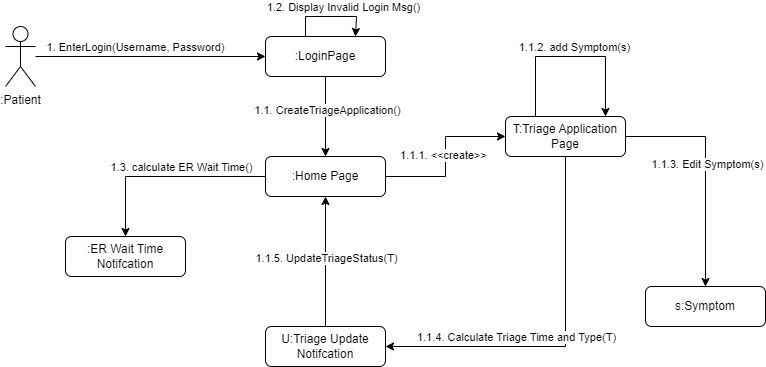
This is Milestone2/Diagrams/pngs/CollaborativeDiagram.drawio.png from SENG-350-2024-fall/Team5, a draw.io export, as it was before one commit. Source tidied: cells renumbered, new cells last; positions are measured from the earlier drawing's top-left corner, leaving out a move shared by most shapes.
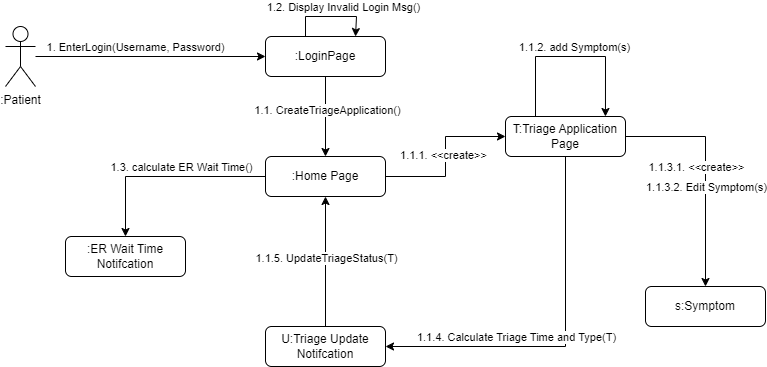
The same file after the commit.

What changed in the source:
```diff
@@ -53,8 +53,10 @@
     <mxCell id="12" style="edgeStyle=orthogonalEdgeStyle;rounded=0;jettySize=auto;html=1;entryX=0.5;entryY=0;entryDx=0;entryDy=0;" parent="1" edge="1" source="16" target="21">
       <mxGeometry relative="1" as="geometry" />
     </mxCell>
-    <mxCell id="13" value="1.1.3. Edit Symptom(s)" style="edgeLabel;html=1;align=center;verticalAlign=middle;" parent="12" vertex="1">
-      <mxGeometry x="-0.07" y="1" relative="1" as="geometry" />
+    <mxCell id="13" value="1.1.3.2. Edit Symptom(s)" style="edgeLabel;html=1;align=center;verticalAlign=middle;" parent="12" vertex="1">
+      <mxGeometry x="-0.07" y="1" relative="1" as="geometry">
+        <mxPoint x="-1" y="23" as="offset" />
+      </mxGeometry>
     </mxCell>
     <mxCell id="14" style="edgeStyle=orthogonalEdgeStyle;rounded=0;jettySize=auto;html=1;entryX=1;entryY=0.5;entryDx=0;entryDy=0;" parent="1" edge="1" source="16" target="20">
       <mxGeometry relative="1" as="geometry">
@@ -103,5 +105,8 @@
     <mxCell id="26" value="1.1. CreateTriageApplication()" style="edgeLabel;html=1;align=center;verticalAlign=middle;" parent="25" vertex="1">
       <mxGeometry x="-0.17" y="1" relative="1" as="geometry" />
     </mxCell>
+    <mxCell id="27" value="1.1.3.1. &amp;lt;&amp;lt;create&amp;gt;&amp;gt;" style="edgeLabel;html=1;align=center;verticalAlign=middle;" parent="1" vertex="1">
+      <mxGeometry x="690" y="150" as="geometry" />
+    </mxCell>
   </root>
 </mxGraphModel>
```
